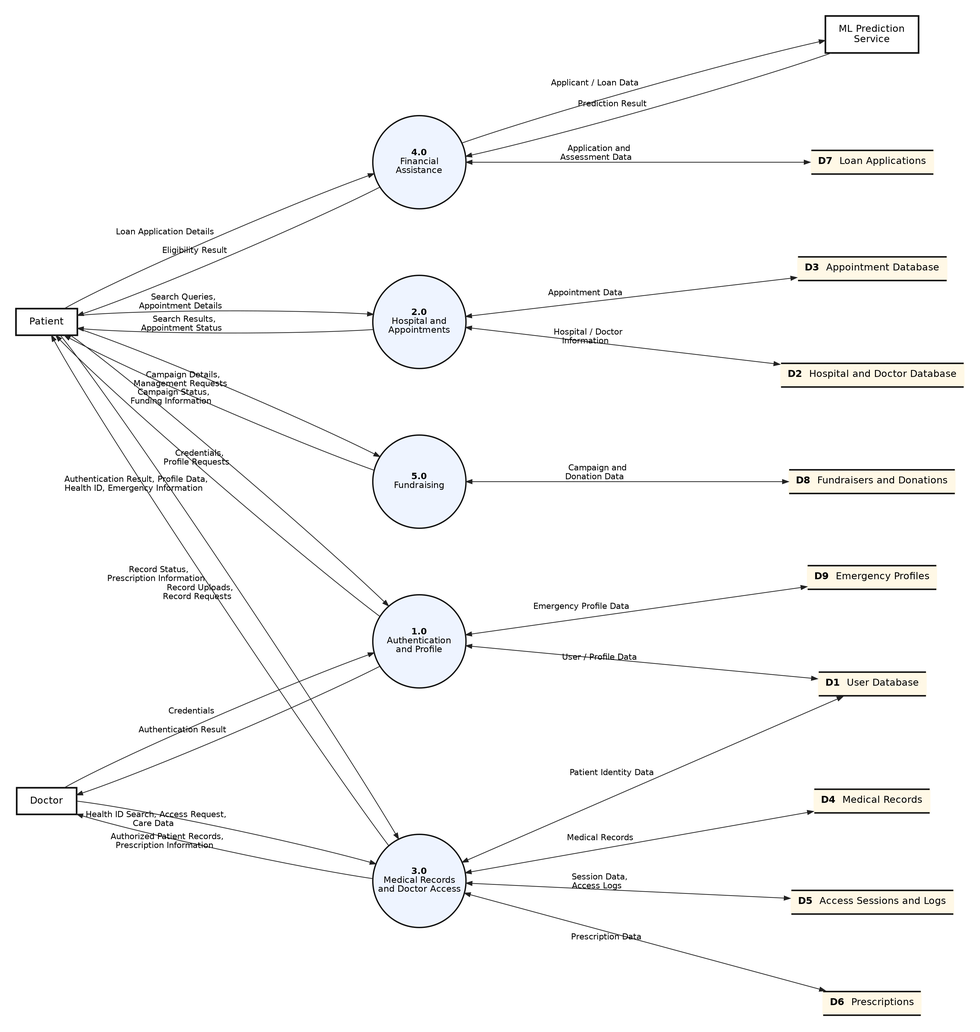
The Mermaid diagram docs/diagrams/data_flow_diagram/level1_overall.png in SURUPURU/ucs503p-202627odd-MediBridge, before a commit. Its source is kept beside it as docs/diagrams/data_flow_diagram/level1_overall.mmd. Its diagram source:
```mermaid
%%{init: {"theme":"base","themeVariables":{"fontSize":"15px","fontFamily":"Arial, Helvetica, sans-serif","primaryTextColor":"#111","lineColor":"#222","edgeLabelBackground":"#ffffff"},"flowchart":{"curve":"basis","nodeSpacing":55,"rankSpacing":90,"htmlLabels":true}}}%%
flowchart LR
    PAT[Patient]:::ext
    DOC[Doctor]:::ext
    ML[ML Prediction<br/>Service]:::ext

    P1(("<b>1.0</b><br/>Authentication<br/>and Profile")):::proc
    P2(("<b>2.0</b><br/>Hospital and<br/>Appointments")):::proc
    P3(("<b>3.0</b><br/>Medical Records<br/>and Doctor Access")):::proc
    P4(("<b>4.0</b><br/>Financial<br/>Assistance")):::proc
    P5(("<b>5.0</b><br/>Fundraising")):::proc

    D1[("D1 User Database")]:::store
    D9[("D9 Emergency Profiles")]:::store
    D2[("D2 Hospital and<br/>Doctor Database")]:::store
    D3[("D3 Appointment<br/>Database")]:::store
    D4[("D4 Medical Records")]:::store
    D5[("D5 Access Sessions<br/>and Logs")]:::store
    D6[("D6 Prescriptions")]:::store
    D7[("D7 Loan Applications")]:::store
    D8[("D8 Fundraisers<br/>and Donations")]:::store

    PAT -->|Credentials,<br/>Profile Requests| P1
    DOC -->|Credentials| P1
    P1 -->|Authentication Result,<br/>Profile Data, Health ID,<br/>Emergency Information| PAT
    P1 -->|Authentication Result| DOC
    P1 <-->|User / Profile Data| D1
    P1 <-->|Emergency Profile Data| D9

    PAT -->|Search Queries,<br/>Appointment Details| P2
    P2 -->|Search Results,<br/>Appointment Status| PAT
    P2 <-->|Hospital / Doctor Information| D2
    P2 <-->|Appointment Data| D3

    PAT -->|Record Uploads,<br/>Record Requests| P3
    P3 -->|Record Status,<br/>Prescription Information| PAT
    DOC -->|Health ID Search,<br/>Access Request, Care Data| P3
    P3 -->|Authorized Patient Records,<br/>Prescription Information| DOC
    P3 <-->|Patient Identity Data| D1
    P3 <-->|Medical Records| D4
    P3 <-->|Session Data, Access Logs| D5
    P3 <-->|Prescription Data| D6

    PAT -->|Loan Application Details| P4
    P4 -->|Eligibility Result| PAT
    P4 -->|Applicant / Loan Data| ML
    ML -->|Prediction Result| P4
    P4 <-->|Application and<br/>Assessment Data| D7

    PAT -->|Campaign Details,<br/>Management Requests| P5
    P5 -->|Campaign Status,<br/>Funding Information| PAT
    P5 <-->|Campaign and Donation Data| D8

    classDef ext fill:#ffffff,stroke:#111,stroke-width:2px,color:#111;
    classDef proc fill:#eef4ff,stroke:#1a3a6e,stroke-width:2px,color:#111;
    classDef store fill:#fff8e6,stroke:#7a5a00,stroke-width:2px,color:#111;
```
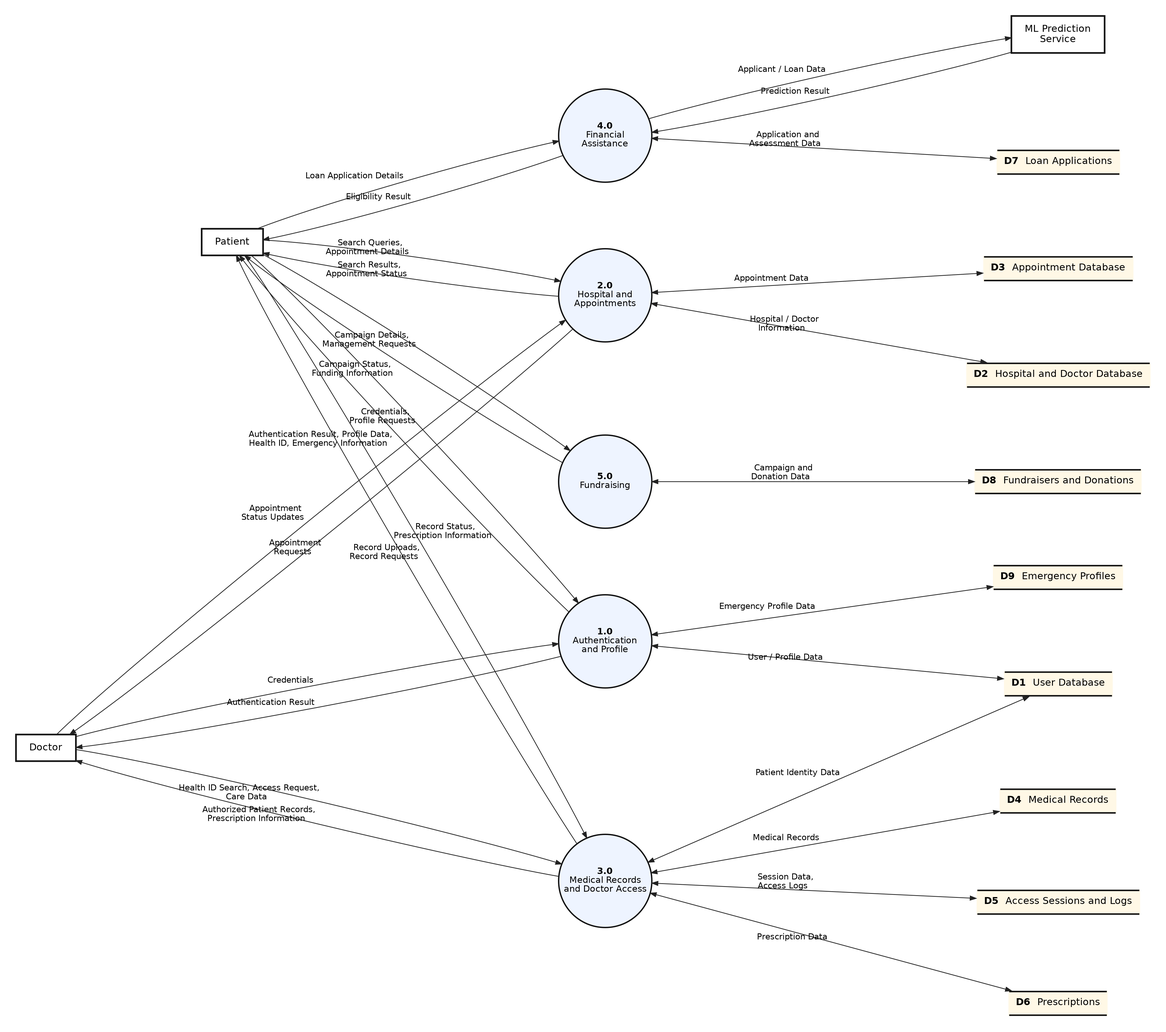
Later version of the same file.

Change to the diagram source:
```diff
@@ -22,6 +22,8 @@
 
     PAT -->|Credentials,<br/>Profile Requests| P1
     DOC -->|Credentials| P1
+    DOC -->|Appointment Status Updates| P2
+    P2 -->|Appointment Requests| DOC
     P1 -->|Authentication Result,<br/>Profile Data, Health ID,<br/>Emergency Information| PAT
     P1 -->|Authentication Result| DOC
     P1 <-->|User / Profile Data| D1
```
